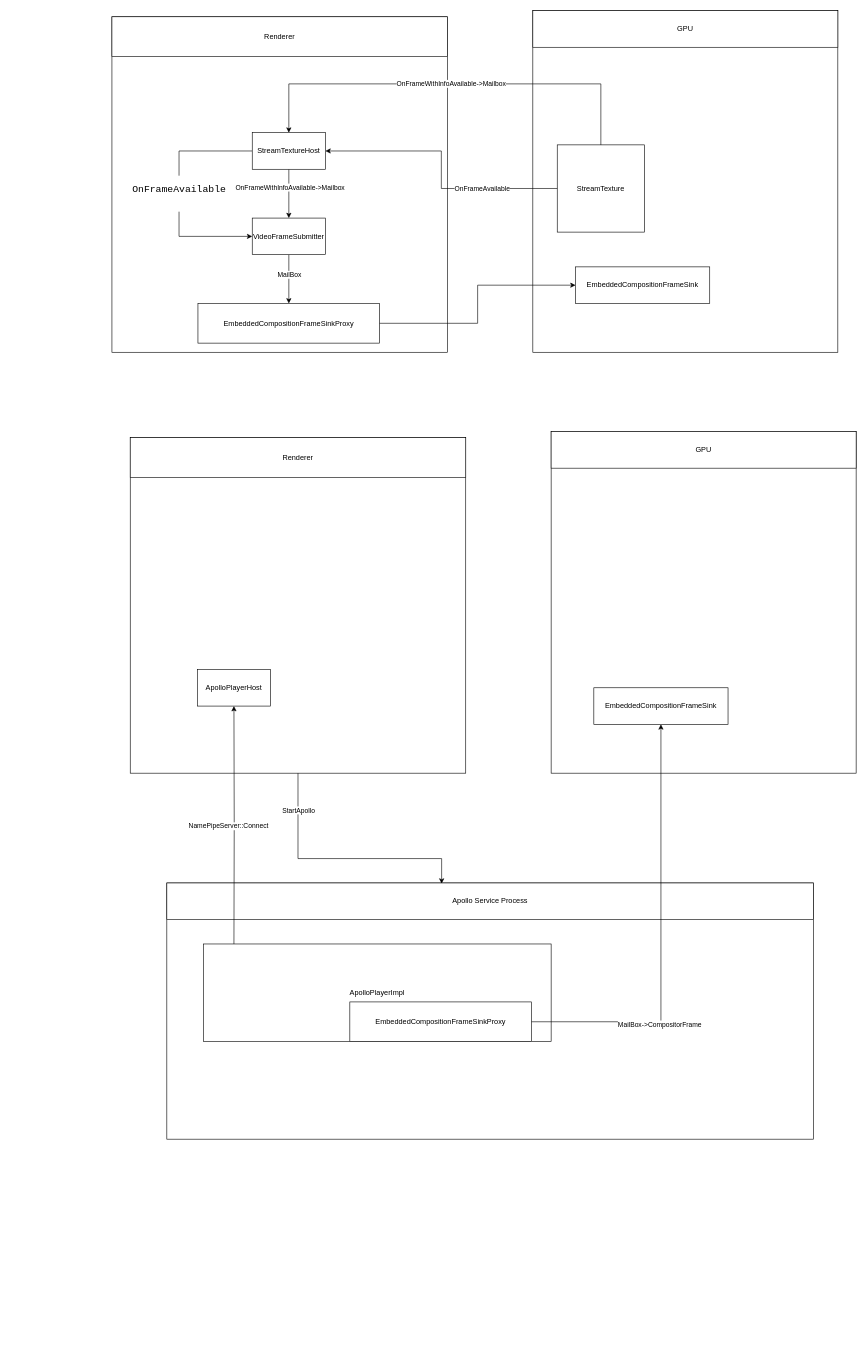
Earlier version of the draw.io diagram videoarch.drawio (linzj/drawios). Source tidied: cells renumbered, new cells numbered last; positions are measured from the earlier drawing's top-left corner, leaving out a move shared by most shapes. Both pictures are drawn from the tidied source at 61%, with x=0, y=0 at pixel (112, 10).
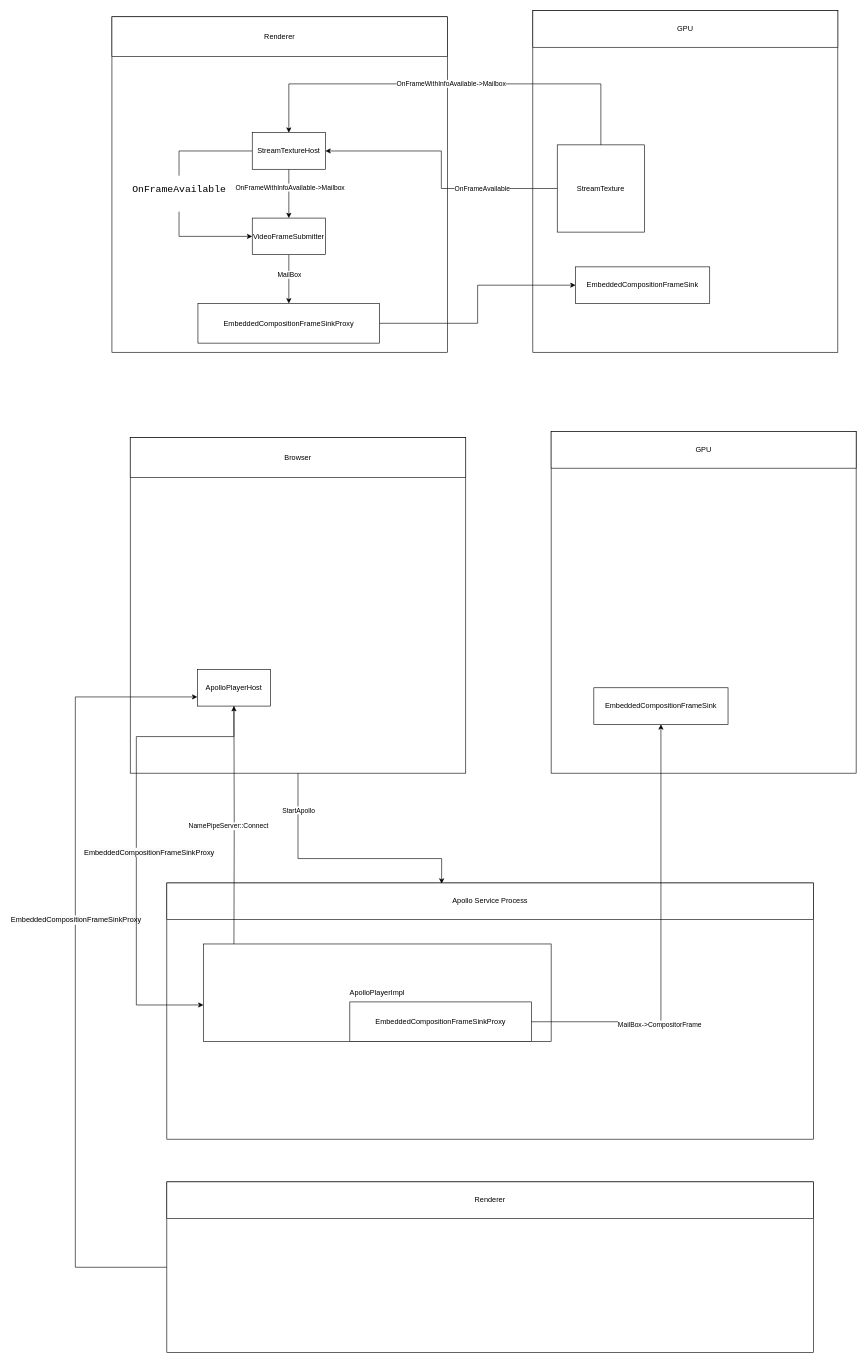
Above is the later version.

The change refers to these unchanged cells:
```xml
<mxCell id="21" style="group;" parent="1" vertex="1">
  <mxGeometry x="30" y="700" width="550" height="550" as="geometry" />
</mxCell>
<mxCell id="24" value="ApolloPlayerHost" style="rounded=0;whiteSpace=wrap;html=1;" parent="21" vertex="1">
  <mxGeometry x="110" y="380" width="120" height="60" as="geometry" />
</mxCell>
<mxCell id="30" value="ApolloPlayerImpl" style="rounded=0;whiteSpace=wrap;html=1;" parent="1" vertex="1">
  <mxGeometry x="150" y="1530" width="570" height="160" as="geometry" />
</mxCell>
```

What changed in the source:
```diff
@@
-    <mxCell id="23" value="Renderer" style="rounded=0;whiteSpace=wrap;html=1;" parent="21" vertex="1">
+    <mxCell id="23" value="Browser" style="rounded=0;whiteSpace=wrap;html=1;" parent="21" vertex="1">
       <mxGeometry width="550" height="65" as="geometry" />
     </mxCell>
@@
+    <mxCell id="38" style="edgeStyle=orthogonalEdgeStyle;rounded=0;jettySize=auto;html=1;entryX=0;entryY=0.75;entryDx=0;entryDy=0;" parent="1" edge="1" source="40" target="24">
+      <mxGeometry relative="1" as="geometry">
+        <Array as="points">
+          <mxPoint x="-60" y="2060" />
+          <mxPoint x="-60" y="1125" />
+        </Array>
+      </mxGeometry>
+    </mxCell>
+    <mxCell id="39" value="&lt;span style=&quot;font-size: 12px; text-wrap: wrap; background-color: rgb(251, 251, 251);&quot;&gt;EmbeddedCompositionFrameSinkProxy&lt;/span&gt;" style="edgeLabel;html=1;align=center;verticalAlign=middle;" parent="38" vertex="1">
+      <mxGeometry x="0.12" relative="1" as="geometry" />
+    </mxCell>
+    <mxCell id="40" style="rounded=0;whiteSpace=wrap;html=1;" parent="1" vertex="1">
+      <mxGeometry x="90" y="1920" width="1060" height="280" as="geometry" />
+    </mxCell>
+    <mxCell id="41" value="Renderer" style="rounded=0;whiteSpace=wrap;html=1;" parent="1" vertex="1">
+      <mxGeometry x="90" y="1920" width="1060" height="60" as="geometry" />
+    </mxCell>
+    <mxCell id="42" style="edgeStyle=orthogonalEdgeStyle;rounded=0;jettySize=auto;html=1;entryX=0;entryY=0.625;entryDx=0;entryDy=0;entryPerimeter=0;" parent="1" edge="1" source="24" target="30">
+      <mxGeometry relative="1" as="geometry">
+        <Array as="points">
+          <mxPoint x="200" y="1190" />
+          <mxPoint x="40" y="1190" />
+          <mxPoint x="40" y="1630" />
+        </Array>
+      </mxGeometry>
+    </mxCell>
+    <mxCell id="43" value="&lt;span style=&quot;font-size: 12px; text-wrap: wrap; background-color: rgb(251, 251, 251);&quot;&gt;EmbeddedCompositionFrameSinkProxy&lt;/span&gt;" style="edgeLabel;html=1;align=center;verticalAlign=middle;" parent="42" vertex="1">
+      <mxGeometry x="-0.02" y="1" relative="1" as="geometry">
+        <mxPoint x="19" y="27" as="offset" />
+      </mxGeometry>
+    </mxCell>
```
